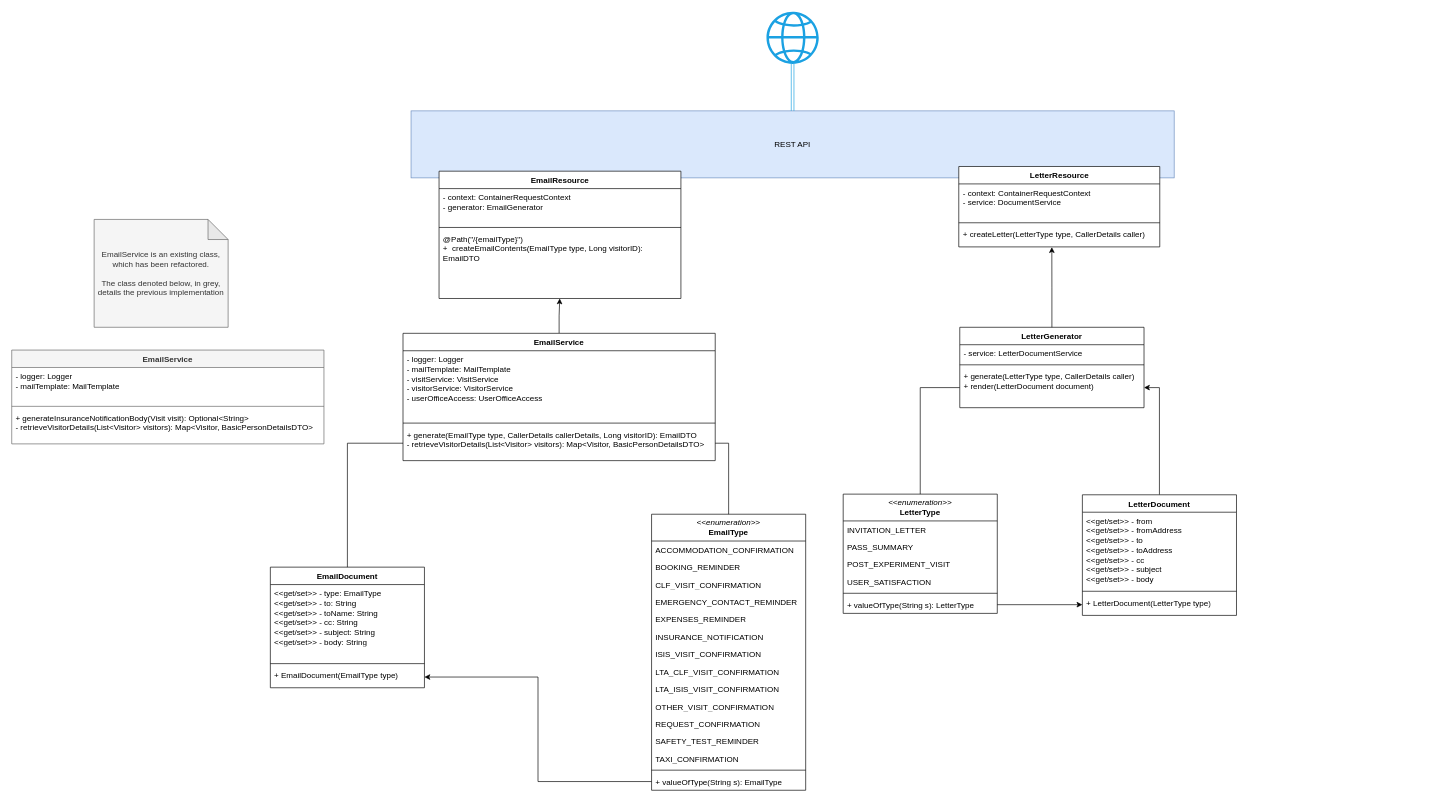
The draw.io diagram Document generation class diagram.drawio in ambolt314/FinalProjectDesign, before the edit. Source tidied: cells renumbered, new cells numbered last; positions are measured from the earlier drawing's top-left corner, leaving out a move shared by most shapes. Both pictures are drawn from the tidied source at 67%, with x=0, y=0 at pixel (11, 11).
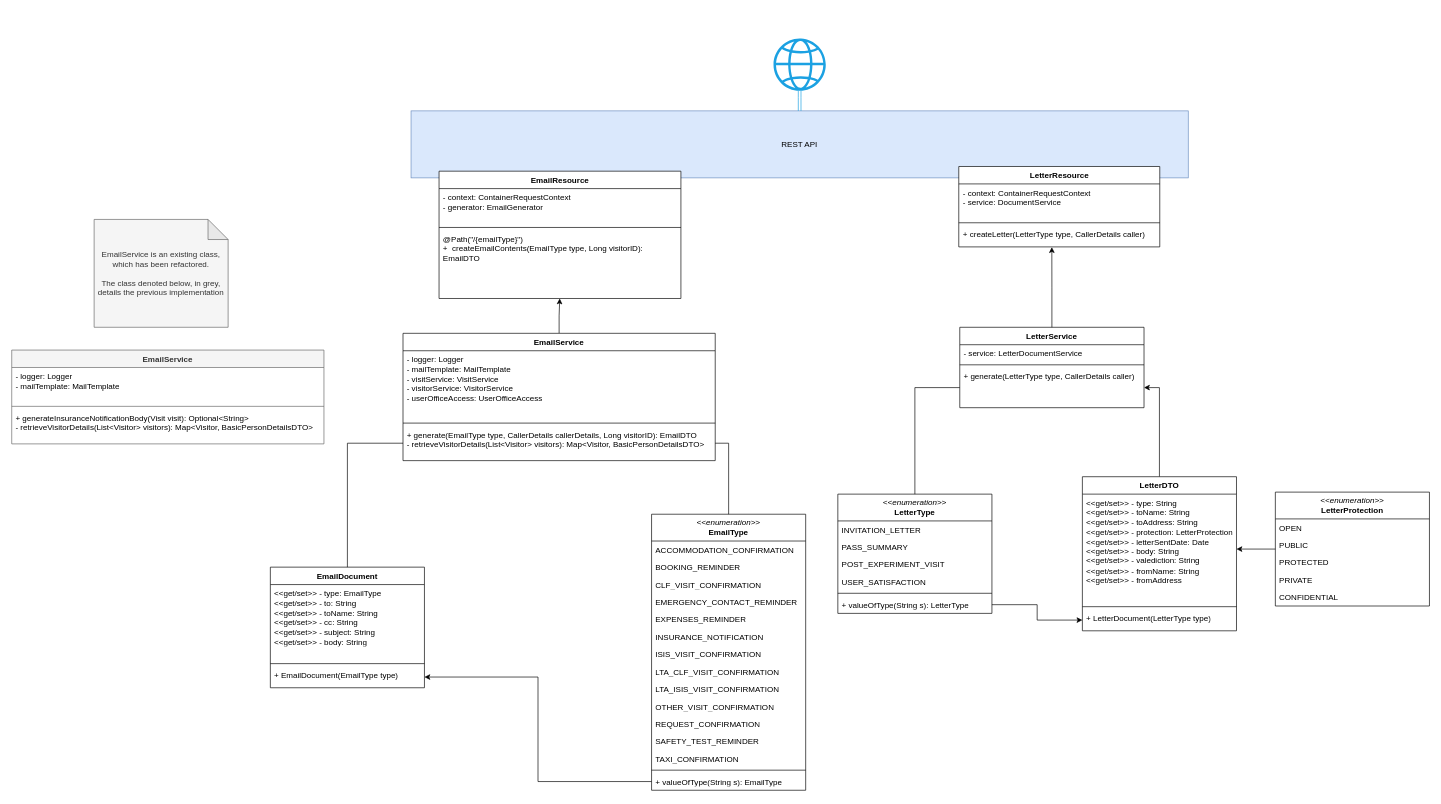
Above is the later version.

Commit message:
Updated letter classes

Diff of the diagram source:
```diff
@@
     <mxCell id="2" value="REST API" style="html=1;whiteSpace=wrap;fillColor=#dae8fc;strokeColor=#6c8ebf;" parent="1" vertex="1">
-      <mxGeometry x="596" y="148" width="1139" height="100" as="geometry" />
+      <mxGeometry x="596" y="148" width="1160" height="100" as="geometry" />
     </mxCell>
@@
     <mxCell id="13" style="sketch=0;outlineConnect=0;fillColor=#1BA1E2;strokeColor=#006EAF;dashed=0;verticalLabelPosition=bottom;verticalAlign=top;align=center;html=1;fontSize=12;fontStyle=0;shape=mxgraph.aws4.globe;fontColor=#ffffff;" parent="1" vertex="1">
-      <mxGeometry x="1126.5" width="78" height="78" as="geometry" />
+      <mxGeometry x="1137" y="40" width="78" height="78" as="geometry" />
     </mxCell>
@@
     <mxCell id="32" value="&lt;div&gt;&lt;i&gt;&amp;lt;&amp;lt;enumeration&amp;gt;&amp;gt;&lt;/i&gt;&lt;/div&gt;&lt;div&gt;&lt;b&gt;LetterType&lt;/b&gt;&lt;br&gt;&lt;/div&gt;" style="swimlane;fontStyle=0;horizontal=1;startSize=40;fillColor=none;whiteSpace=wrap;html=1;" parent="1" vertex="1">
-      <mxGeometry x="1241" y="720" width="230" height="178" as="geometry" />
+      <mxGeometry x="1233" y="720" width="230" height="178" as="geometry" />
     </mxCell>
@@
-    <mxCell id="40" value="LetterDocument" style="swimlane;fontStyle=1;align=center;verticalAlign=top;horizontal=1;startSize=26;whiteSpace=wrap;html=1;" parent="1" vertex="1">
-      <mxGeometry x="1598" y="721" width="230" height="180" as="geometry" />
+    <mxCell id="40" value="LetterDTO" style="swimlane;fontStyle=1;align=center;verticalAlign=top;horizontal=1;startSize=26;whiteSpace=wrap;html=1;" parent="1" vertex="1">
+      <mxGeometry x="1598" y="694" width="230" height="230" as="geometry" />
     </mxCell>
-    <mxCell id="41" value="&lt;div&gt;&amp;lt;&amp;lt;get/set&amp;gt;&amp;gt; - from&lt;/div&gt;&lt;div&gt;&amp;lt;&amp;lt;get/set&amp;gt;&amp;gt; - fromAddress&lt;/div&gt;&lt;div&gt;&amp;lt;&amp;lt;get/set&amp;gt;&amp;gt; - to&lt;/div&gt;&lt;div&gt;&amp;lt;&amp;lt;get/set&amp;gt;&amp;gt; - toAddress&lt;/div&gt;&lt;div&gt;&amp;lt;&amp;lt;get/set&amp;gt;&amp;gt; - cc&lt;/div&gt;&lt;div&gt;&amp;lt;&amp;lt;get/set&amp;gt;&amp;gt; - subject&lt;/div&gt;&lt;div&gt;&amp;lt;&amp;lt;get/set&amp;gt;&amp;gt; - body&lt;br&gt;&lt;/div&gt;" style="text;strokeColor=none;fillColor=none;align=left;verticalAlign=top;spacingLeft=4;spacingRight=4;overflow=hidden;points=[[0,0.5],[1,0.5]];portConstraint=eastwest;whiteSpace=wrap;html=1;" parent="40" vertex="1">
-      <mxGeometry y="26" width="230" height="114" as="geometry" />
+    <mxCell id="41" value="&lt;div&gt;&amp;lt;&amp;lt;get/set&amp;gt;&amp;gt; - type: String&lt;br&gt;&lt;/div&gt;&lt;div&gt;&amp;lt;&amp;lt;get/set&amp;gt;&amp;gt; - toName: String&lt;br&gt;&lt;/div&gt;&lt;div&gt;&amp;lt;&amp;lt;get/set&amp;gt;&amp;gt; - toAddress: String&lt;br&gt;&lt;/div&gt;&lt;div&gt;&amp;lt;&amp;lt;get/set&amp;gt;&amp;gt; - protection: LetterProtection&lt;br&gt;&lt;/div&gt;&lt;div&gt;&amp;lt;&amp;lt;get/set&amp;gt;&amp;gt; - letterSentDate: Date&lt;br&gt;&lt;/div&gt;&lt;div&gt;&amp;lt;&amp;lt;get/set&amp;gt;&amp;gt; - body: String&lt;br&gt;&lt;/div&gt;&lt;div&gt;&amp;lt;&amp;lt;get/set&amp;gt;&amp;gt; - valediction: String&lt;br&gt;&lt;/div&gt;&lt;div&gt;&amp;lt;&amp;lt;get/set&amp;gt;&amp;gt; - fromName: String&lt;/div&gt;&lt;div&gt;&amp;lt;&amp;lt;get/set&amp;gt;&amp;gt; - fromAddress&lt;br&gt;&lt;/div&gt;" style="text;strokeColor=none;fillColor=none;align=left;verticalAlign=top;spacingLeft=4;spacingRight=4;overflow=hidden;points=[[0,0.5],[1,0.5]];portConstraint=eastwest;whiteSpace=wrap;html=1;" parent="40" vertex="1">
+      <mxGeometry y="26" width="230" height="164" as="geometry" />
     </mxCell>
     <mxCell id="42" style="line;strokeWidth=1;fillColor=none;align=left;verticalAlign=middle;spacingTop=-1;spacingLeft=3;spacingRight=3;labelPosition=right;strokeColor=inherit;" parent="40" vertex="1">
-      <mxGeometry y="140" width="230" height="8" as="geometry" />
+      <mxGeometry y="190" width="230" height="8" as="geometry" />
     </mxCell>
     <mxCell id="43" value="+ LetterDocument(LetterType type)" style="text;strokeColor=none;fillColor=none;align=left;verticalAlign=top;spacingLeft=4;spacingRight=4;overflow=hidden;points=[[0,0.5],[1,0.5]];portConstraint=eastwest;whiteSpace=wrap;html=1;" parent="40" vertex="1">
-      <mxGeometry y="148" width="230" height="32" as="geometry" />
+      <mxGeometry y="198" width="230" height="32" as="geometry" />
     </mxCell>
@@
-    <mxCell id="49" value="LetterGenerator" style="swimlane;fontStyle=1;align=center;verticalAlign=top;horizontal=1;startSize=26;whiteSpace=wrap;html=1;" parent="1" vertex="1">
+    <mxCell id="49" value="LetterService" style="swimlane;fontStyle=1;align=center;verticalAlign=top;horizontal=1;startSize=26;whiteSpace=wrap;html=1;" parent="1" vertex="1">
       <mxGeometry x="1415" y="471" width="275" height="120" as="geometry" />
     </mxCell>
@@
-    <mxCell id="52" value="&lt;div&gt;+ generate(LetterType type, CallerDetails caller)&lt;/div&gt;&lt;div&gt;+ render(LetterDocument document)&lt;br&gt;&lt;/div&gt;" style="text;strokeColor=none;fillColor=none;align=left;verticalAlign=top;spacingLeft=4;spacingRight=4;overflow=hidden;points=[[0,0.5],[1,0.5]];portConstraint=eastwest;whiteSpace=wrap;html=1;" parent="49" vertex="1">
+    <mxCell id="52" value="&lt;div&gt;+ generate(LetterType type, CallerDetails caller)&lt;/div&gt;" style="text;strokeColor=none;fillColor=none;align=left;verticalAlign=top;spacingLeft=4;spacingRight=4;overflow=hidden;points=[[0,0.5],[1,0.5]];portConstraint=eastwest;whiteSpace=wrap;html=1;" parent="49" vertex="1">
       <mxGeometry y="60" width="275" height="60" as="geometry" />
     </mxCell>
@@
+    <mxCell id="65" style="edgeStyle=orthogonalEdgeStyle;rounded=0;jettySize=auto;html=1;entryX=1;entryY=0.5;entryDx=0;entryDy=0;" parent="1" edge="1" source="66" target="41">
+      <mxGeometry relative="1" as="geometry" />
+    </mxCell>
+    <mxCell id="66" value="&lt;div&gt;&lt;i&gt;&amp;lt;&amp;lt;enumeration&amp;gt;&amp;gt;&lt;/i&gt;&lt;/div&gt;&lt;div&gt;&lt;b&gt;LetterProtection&lt;/b&gt;&lt;br&gt;&lt;/div&gt;" style="swimlane;fontStyle=0;horizontal=1;startSize=40;fillColor=none;whiteSpace=wrap;html=1;" parent="1" vertex="1">
+      <mxGeometry x="1886" y="717" width="230" height="170" as="geometry" />
+    </mxCell>
+    <mxCell id="67" value="OPEN" style="text;strokeColor=none;fillColor=none;align=left;verticalAlign=top;spacingLeft=4;spacingRight=4;overflow=hidden;whiteSpace=wrap;html=1;" parent="66" vertex="1">
+      <mxGeometry y="40" width="230" height="26" as="geometry" />
+    </mxCell>
+    <mxCell id="68" value="PUBLIC" style="text;strokeColor=none;fillColor=none;align=left;verticalAlign=top;spacingLeft=4;spacingRight=4;overflow=hidden;whiteSpace=wrap;html=1;" parent="66" vertex="1">
+      <mxGeometry y="66" width="230" height="26" as="geometry" />
+    </mxCell>
+    <mxCell id="69" value="PROTECTED" style="text;strokeColor=none;fillColor=none;align=left;verticalAlign=top;spacingLeft=4;spacingRight=4;overflow=hidden;whiteSpace=wrap;html=1;" parent="66" vertex="1">
+      <mxGeometry y="92" width="230" height="26" as="geometry" />
+    </mxCell>
+    <mxCell id="70" value="PRIVATE" style="text;strokeColor=none;fillColor=none;align=left;verticalAlign=top;spacingLeft=4;spacingRight=4;overflow=hidden;whiteSpace=wrap;html=1;" parent="66" vertex="1">
+      <mxGeometry y="118" width="230" height="26" as="geometry" />
+    </mxCell>
+    <mxCell id="71" value="CONFIDENTIAL" style="text;strokeColor=none;fillColor=none;align=left;verticalAlign=top;spacingLeft=4;spacingRight=4;overflow=hidden;whiteSpace=wrap;html=1;" parent="66" vertex="1">
+      <mxGeometry y="144" width="230" height="26" as="geometry" />
+    </mxCell>
```
